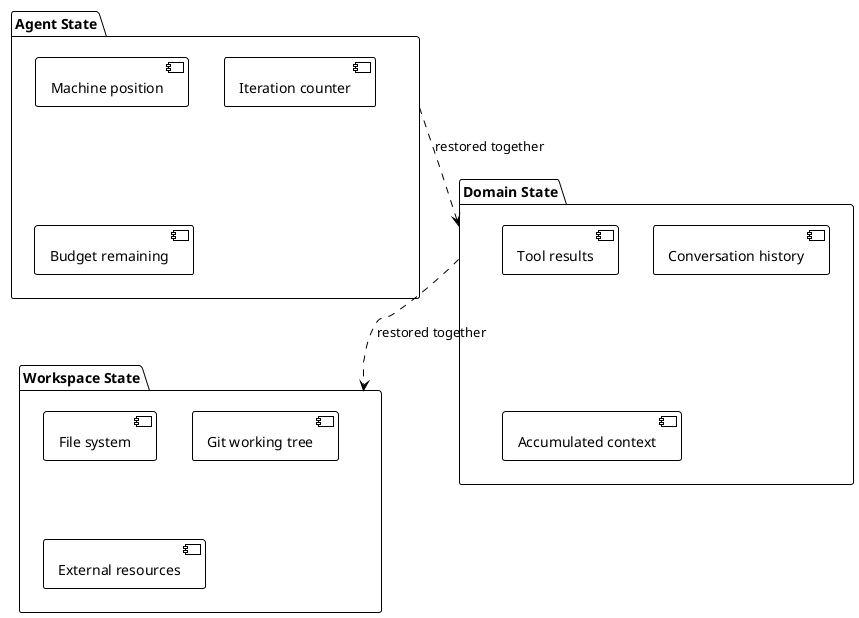
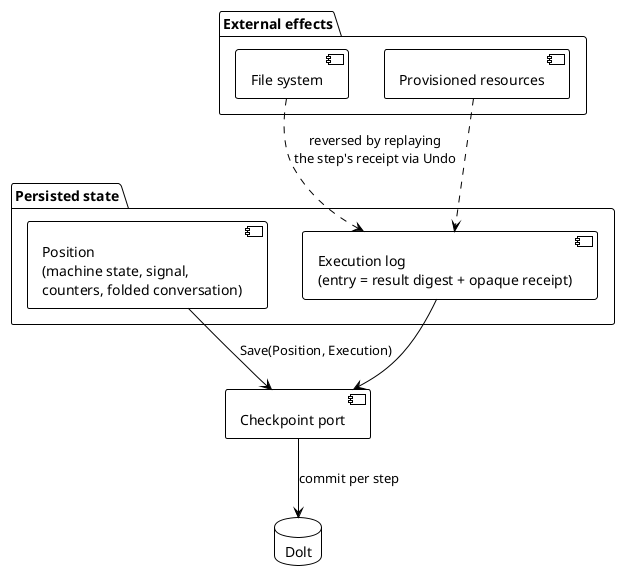
@startuml
!theme plain

- package "Agent State" {
-   [Machine position] as a1
-   [Iteration counter] as a2
-   [Budget remaining] as a3
+ package "Persisted state" {
+   [Position\n(machine state, signal,\ncounters, folded conversation)] as pos
+   [Execution log\n(entry = result digest + opaque receipt)] as exec
}

- package "Domain State" {
-   [Tool results] as d1
-   [Conversation history] as d2
-   [Accumulated context] as d3
+ package "External effects" {
+   [File system] as fs
+   [Provisioned resources] as res
}

- package "Workspace State" {
-   [File system] as w1
-   [Git working tree] as w2
-   [External resources] as w3
- }
+ component "Checkpoint port" as port
+ database "Dolt" as dolt

- "Agent State" ..> "Domain State" : restored together
- "Domain State" ..> "Workspace State" : restored together
+ pos --> port : Save(Position, Execution)
+ exec --> port
+ port --> dolt : commit per step
+ fs ..> exec : reversed by replaying\nthe step's receipt via Undo
+ res ..> exec
@enduml
